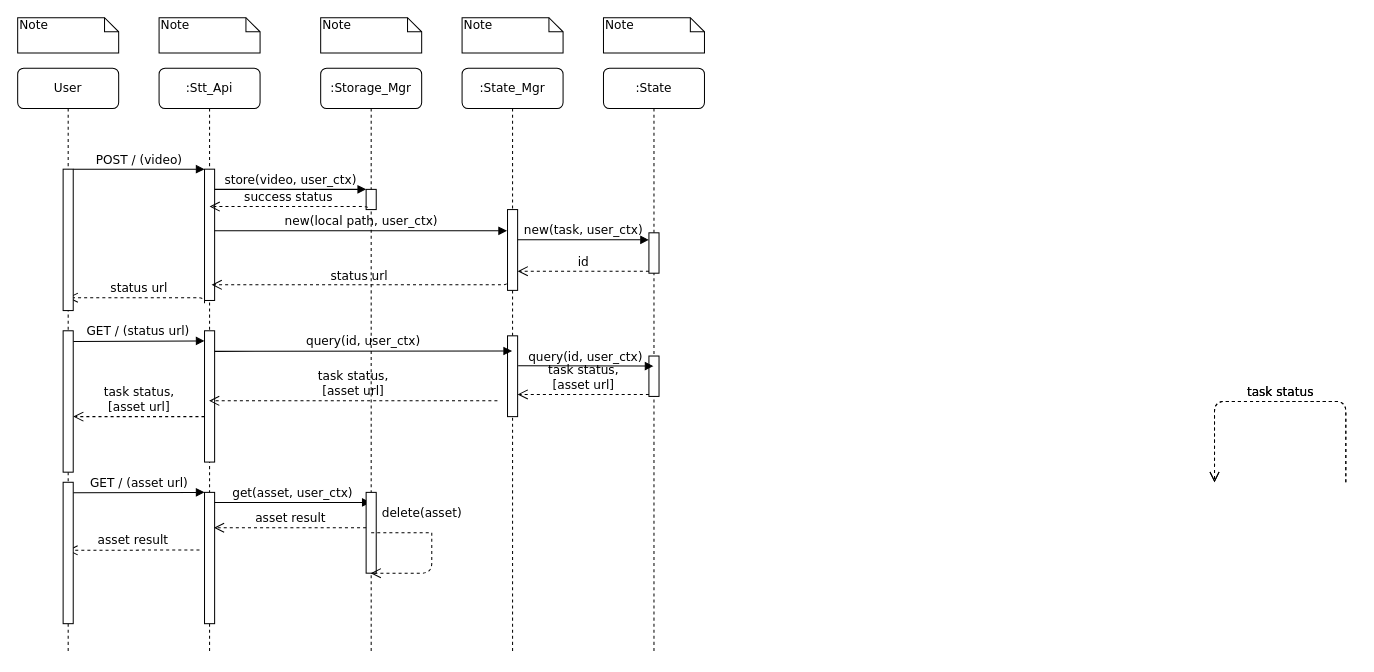
The draw.io diagram api.drawio in frogrammer/stt, before the edit. Source tidied: cells renumbered, new cells numbered last; positions are measured from the earlier drawing's top-left corner, leaving out a move shared by most shapes. Both pictures are drawn from the tidied source at 101%, with x=0, y=0 at pixel (-194, 17).
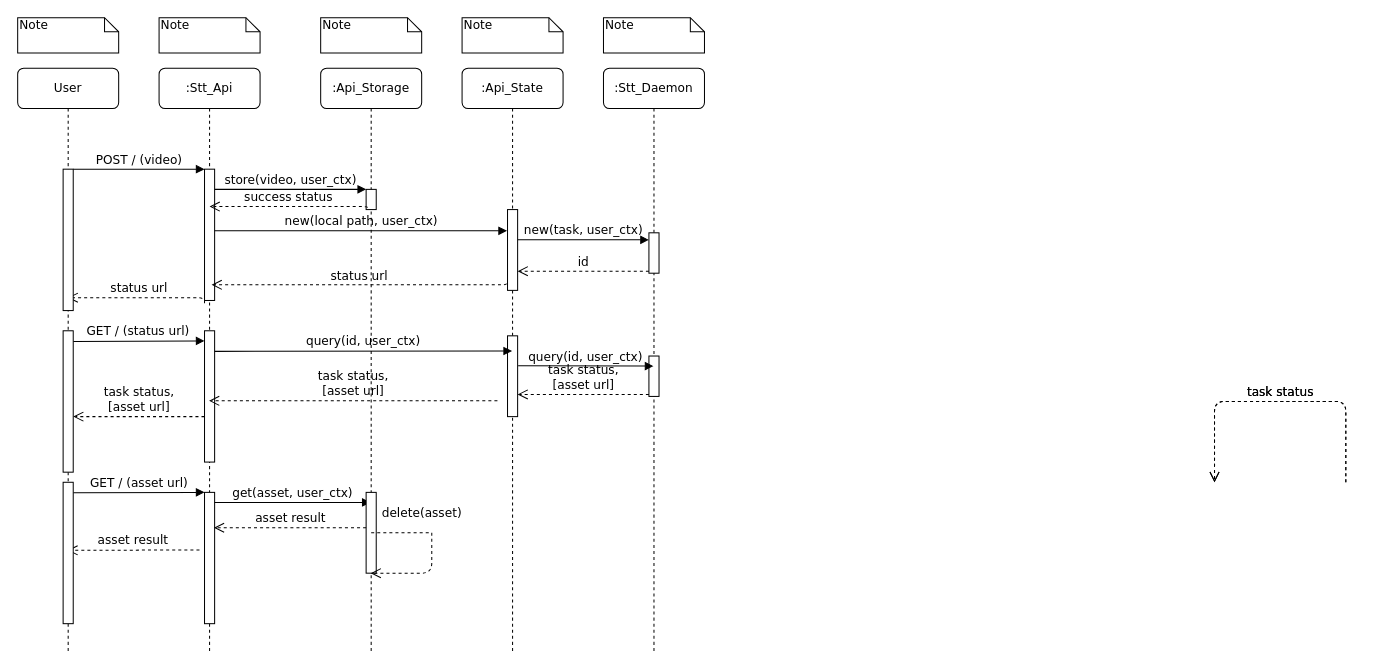
The same diagram, later.

What changed in the source:
```diff
@@
-    <mxCell id="12" value=":Storage_Mgr" style="shape=umlLifeline;perimeter=lifelinePerimeter;whiteSpace=wrap;html=1;outlineConnect=0;rounded=1;shadow=0;comic=0;labelBackgroundColor=none;strokeWidth=1;fontFamily=Verdana;fontSize=12;align=center;" parent="1" vertex="1">
+    <mxCell id="12" value=":Api_Storage" style="shape=umlLifeline;perimeter=lifelinePerimeter;whiteSpace=wrap;html=1;outlineConnect=0;rounded=1;shadow=0;comic=0;labelBackgroundColor=none;strokeWidth=1;fontFamily=Verdana;fontSize=12;align=center;" parent="1" vertex="1">
       <mxGeometry x="509" y="50" width="100" height="580" as="geometry" />
     </mxCell>
@@
-    <mxCell id="15" value=":State_Mgr" style="shape=umlLifeline;perimeter=lifelinePerimeter;whiteSpace=wrap;html=1;outlineConnect=0;rounded=1;shadow=0;comic=0;labelBackgroundColor=none;strokeWidth=1;fontFamily=Verdana;fontSize=12;align=center;" parent="1" vertex="1">
+    <mxCell id="15" value=":Api_State" style="shape=umlLifeline;perimeter=lifelinePerimeter;whiteSpace=wrap;html=1;outlineConnect=0;rounded=1;shadow=0;comic=0;labelBackgroundColor=none;strokeWidth=1;fontFamily=Verdana;fontSize=12;align=center;" parent="1" vertex="1">
       <mxGeometry x="649" y="50" width="100" height="580" as="geometry" />
     </mxCell>
@@
-    <mxCell id="18" value=":State" style="shape=umlLifeline;perimeter=lifelinePerimeter;whiteSpace=wrap;html=1;rounded=1;shadow=0;comic=0;labelBackgroundColor=none;strokeWidth=1;fontFamily=Verdana;fontSize=12;align=center;" parent="1" vertex="1">
+    <mxCell id="18" value=":Stt_Daemon" style="shape=umlLifeline;perimeter=lifelinePerimeter;whiteSpace=wrap;html=1;rounded=1;shadow=0;comic=0;labelBackgroundColor=none;strokeWidth=1;fontFamily=Verdana;fontSize=12;align=center;" parent="1" vertex="1">
       <mxGeometry x="789" y="50" width="100" height="580" as="geometry" />
     </mxCell>
```
